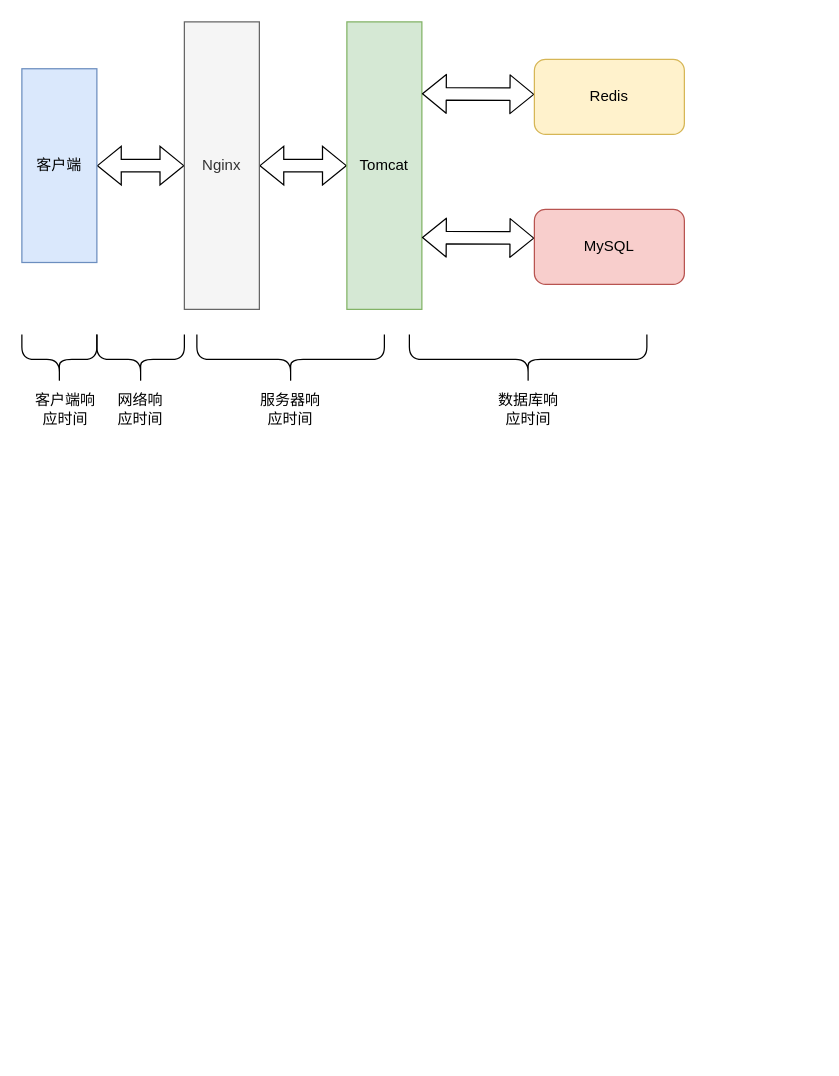
This is page "Page-1" (1 of 2) of diagrams/Untitled Diagram.drawio from sky-clr/JavaBooks, a draw.io file, before an edit. Source tidied: cells renumbered, new cells numbered last; positions are measured from the earlier drawing's top-left corner, leaving out a move shared by most shapes. Both pictures are drawn from the tidied source at 125%, with x=0, y=0 at pixel (21, 21).
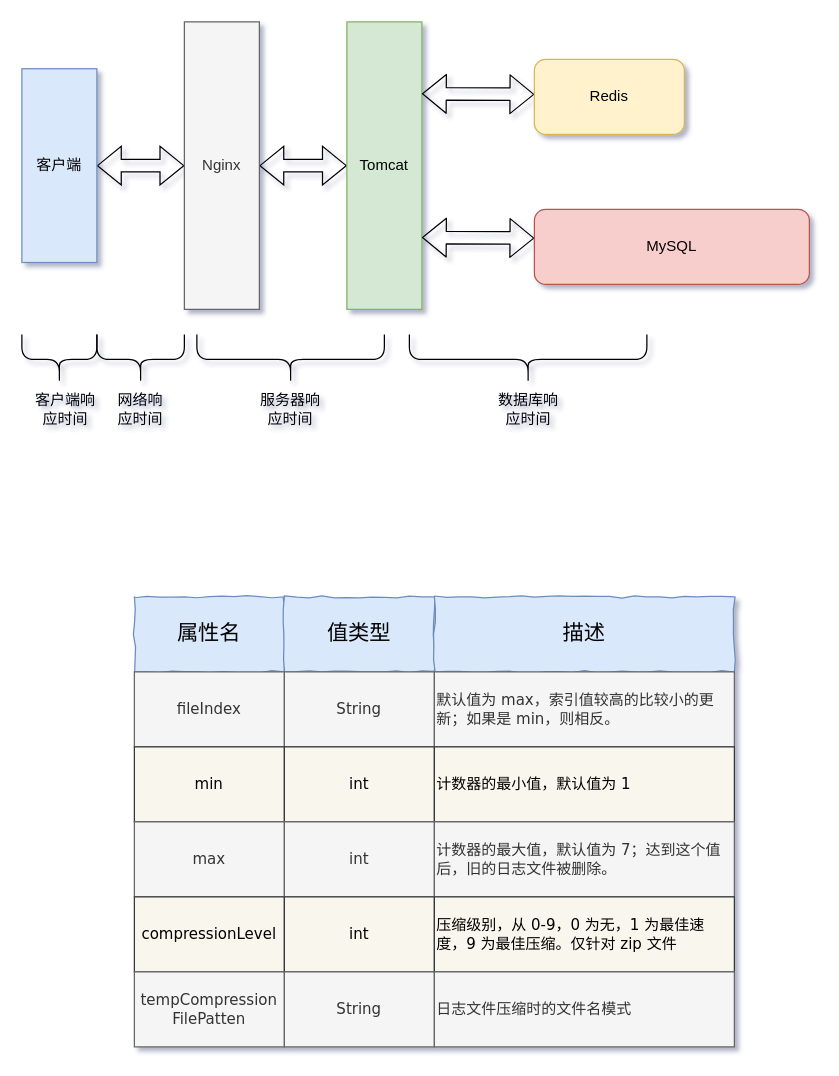
Above is the later version.

What changed in the source:
```diff
@@
-<mxGraphModel>
+<mxGraphModel shadow="1">
@@
     <mxCell id="10" value="MySQL" style="rounded=1;whiteSpace=wrap;html=1;fillColor=#f8cecc;strokeColor=#b85450;" parent="1" vertex="1">
-      <mxGeometry x="410" y="150" width="120" height="60" as="geometry" />
+      <mxGeometry x="410" y="150" width="220" height="60" as="geometry" />
     </mxCell>
@@
+    <mxCell id="19" value="属性名" style="rounded=0;whiteSpace=wrap;html=1;fontSize=17;fillColor=#dae8fc;strokeColor=#6c8ebf;comic=1;" parent="1" vertex="1">
+      <mxGeometry x="90" y="460" width="120" height="60" as="geometry" />
+    </mxCell>
+    <mxCell id="20" value="值类型" style="rounded=0;whiteSpace=wrap;html=1;fontSize=17;fillColor=#dae8fc;strokeColor=#6c8ebf;comic=1;" parent="1" vertex="1">
+      <mxGeometry x="210" y="460" width="120" height="60" as="geometry" />
+    </mxCell>
+    <mxCell id="21" value="描述" style="rounded=0;whiteSpace=wrap;html=1;fontSize=17;fillColor=#dae8fc;strokeColor=#6c8ebf;comic=1;" parent="1" vertex="1">
+      <mxGeometry x="330" y="460" width="240" height="60" as="geometry" />
+    </mxCell>
+    <mxCell id="22" value="fileIndex" style="rounded=0;whiteSpace=wrap;html=1;fillColor=#f5f5f5;strokeColor=#666666;fontColor=#333333;fontFamily=Verdana;" parent="1" vertex="1">
+      <mxGeometry x="90" y="520" width="120" height="60" as="geometry" />
+    </mxCell>
+    <mxCell id="23" value="String" style="rounded=0;whiteSpace=wrap;html=1;fillColor=#f5f5f5;strokeColor=#666666;fontColor=#333333;fontFamily=Verdana;" parent="1" vertex="1">
+      <mxGeometry x="210" y="520" width="120" height="60" as="geometry" />
+    </mxCell>
+    <mxCell id="24" value="默认值为 max，索引值较高的比较小的更新；如果是 min，则相反。" style="rounded=0;whiteSpace=wrap;html=1;align=left;fillColor=#f5f5f5;strokeColor=#666666;fontColor=#333333;fontFamily=Verdana;" parent="1" vertex="1">
+      <mxGeometry x="330" y="520" width="240" height="60" as="geometry" />
+    </mxCell>
+    <mxCell id="25" value="min" style="rounded=0;whiteSpace=wrap;html=1;fontSize=12;fontFamily=Verdana;fillColor=#f9f7ed;strokeColor=#36393d;" parent="1" vertex="1">
+      <mxGeometry x="90" y="580" width="120" height="60" as="geometry" />
+    </mxCell>
+    <mxCell id="26" value="int" style="rounded=0;whiteSpace=wrap;html=1;fontSize=12;fontFamily=Verdana;fillColor=#f9f7ed;strokeColor=#36393d;" parent="1" vertex="1">
+      <mxGeometry x="210" y="580" width="120" height="60" as="geometry" />
+    </mxCell>
+    <mxCell id="27" value="计数器的最小值，默认值为 1" style="rounded=0;whiteSpace=wrap;html=1;align=left;fontSize=12;fontFamily=Verdana;fillColor=#f9f7ed;strokeColor=#36393d;" parent="1" vertex="1">
+      <mxGeometry x="330" y="580" width="240" height="60" as="geometry" />
+    </mxCell>
+    <mxCell id="28" value="max" style="rounded=0;whiteSpace=wrap;html=1;fillColor=#f5f5f5;strokeColor=#666666;fontColor=#333333;fontSize=12;fontFamily=Verdana;" parent="1" vertex="1">
+      <mxGeometry x="90" y="640" width="120" height="60" as="geometry" />
+    </mxCell>
+    <mxCell id="29" value="compressionLevel" style="rounded=0;whiteSpace=wrap;html=1;fontSize=12;fontFamily=Verdana;fillColor=#f9f7ed;strokeColor=#36393d;" parent="1" vertex="1">
+      <mxGeometry x="90" y="700" width="120" height="60" as="geometry" />
+    </mxCell>
+    <mxCell id="30" value="tempCompression&lt;br style=&quot;font-size: 12px;&quot;&gt;FilePatten" style="rounded=0;whiteSpace=wrap;html=1;align=center;fillColor=#f5f5f5;strokeColor=#666666;fontColor=#333333;fontSize=12;fontFamily=Verdana;" parent="1" vertex="1">
+      <mxGeometry x="90" y="760" width="120" height="60" as="geometry" />
+    </mxCell>
+    <mxCell id="31" value="int" style="rounded=0;whiteSpace=wrap;html=1;fillColor=#f5f5f5;strokeColor=#666666;fontColor=#333333;fontSize=12;fontFamily=Verdana;" parent="1" vertex="1">
+      <mxGeometry x="210" y="640" width="120" height="60" as="geometry" />
+    </mxCell>
+    <mxCell id="32" value="int" style="rounded=0;whiteSpace=wrap;html=1;fontSize=12;fontFamily=Verdana;fillColor=#f9f7ed;strokeColor=#36393d;" parent="1" vertex="1">
+      <mxGeometry x="210" y="700" width="120" height="60" as="geometry" />
+    </mxCell>
+    <mxCell id="33" value="String" style="rounded=0;whiteSpace=wrap;html=1;fillColor=#f5f5f5;strokeColor=#666666;fontColor=#333333;fontSize=12;fontFamily=Verdana;" parent="1" vertex="1">
+      <mxGeometry x="210" y="760" width="120" height="60" as="geometry" />
+    </mxCell>
+    <mxCell id="34" value="计数器的最大值，默认值为 7；达到这个值后，旧的日志文件被删除。" style="rounded=0;whiteSpace=wrap;html=1;align=left;fillColor=#f5f5f5;strokeColor=#666666;fontColor=#333333;fontSize=12;fontFamily=Verdana;" parent="1" vertex="1">
+      <mxGeometry x="330" y="640" width="240" height="60" as="geometry" />
+    </mxCell>
+    <mxCell id="35" value="压缩级别，从 0-9，0 为无，1 为最佳速度，9 为最佳压缩。仅针对 zip 文件" style="rounded=0;whiteSpace=wrap;html=1;align=left;fontSize=12;fontFamily=Verdana;fillColor=#f9f7ed;strokeColor=#36393d;" parent="1" vertex="1">
+      <mxGeometry x="330" y="700" width="240" height="60" as="geometry" />
+    </mxCell>
+    <mxCell id="36" value="日志文件压缩时的文件名模式" style="rounded=0;whiteSpace=wrap;html=1;align=left;fillColor=#f5f5f5;strokeColor=#666666;fontColor=#333333;fontSize=12;fontFamily=Verdana;" parent="1" vertex="1">
+      <mxGeometry x="330" y="760" width="240" height="60" as="geometry" />
+    </mxCell>
```
